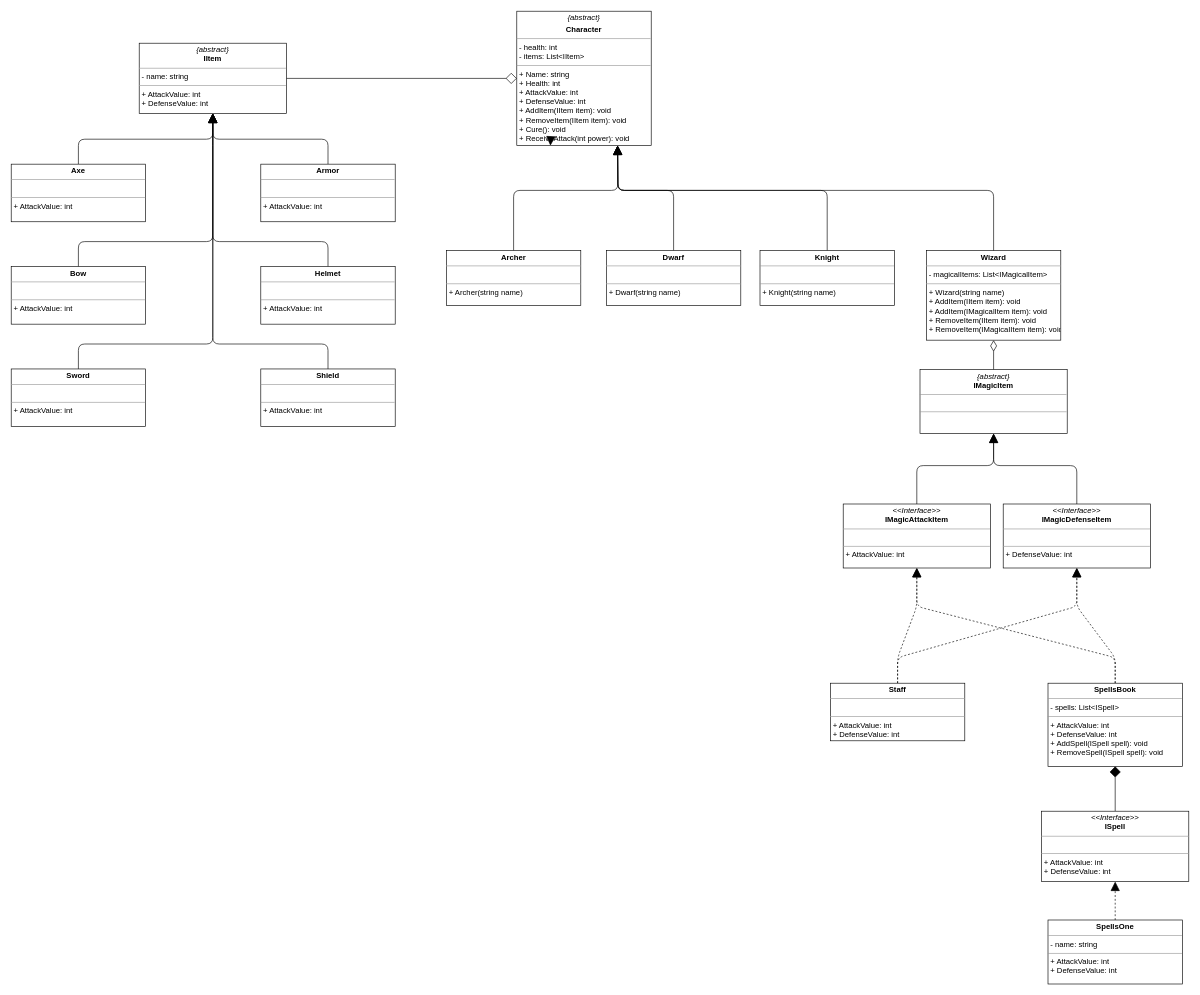
Earlier version of the draw.io diagram docs/Diagram_2022-05-15.drawio (cardo88/UCU_P2_RoleplayGame_3_Start). Source tidied: cells renumbered, new cells numbered last; positions are measured from the earlier drawing's top-left corner, leaving out a move shared by most shapes. Both pictures are drawn from the tidied source at 64%, with x=0, y=0 at pixel (11, 11).
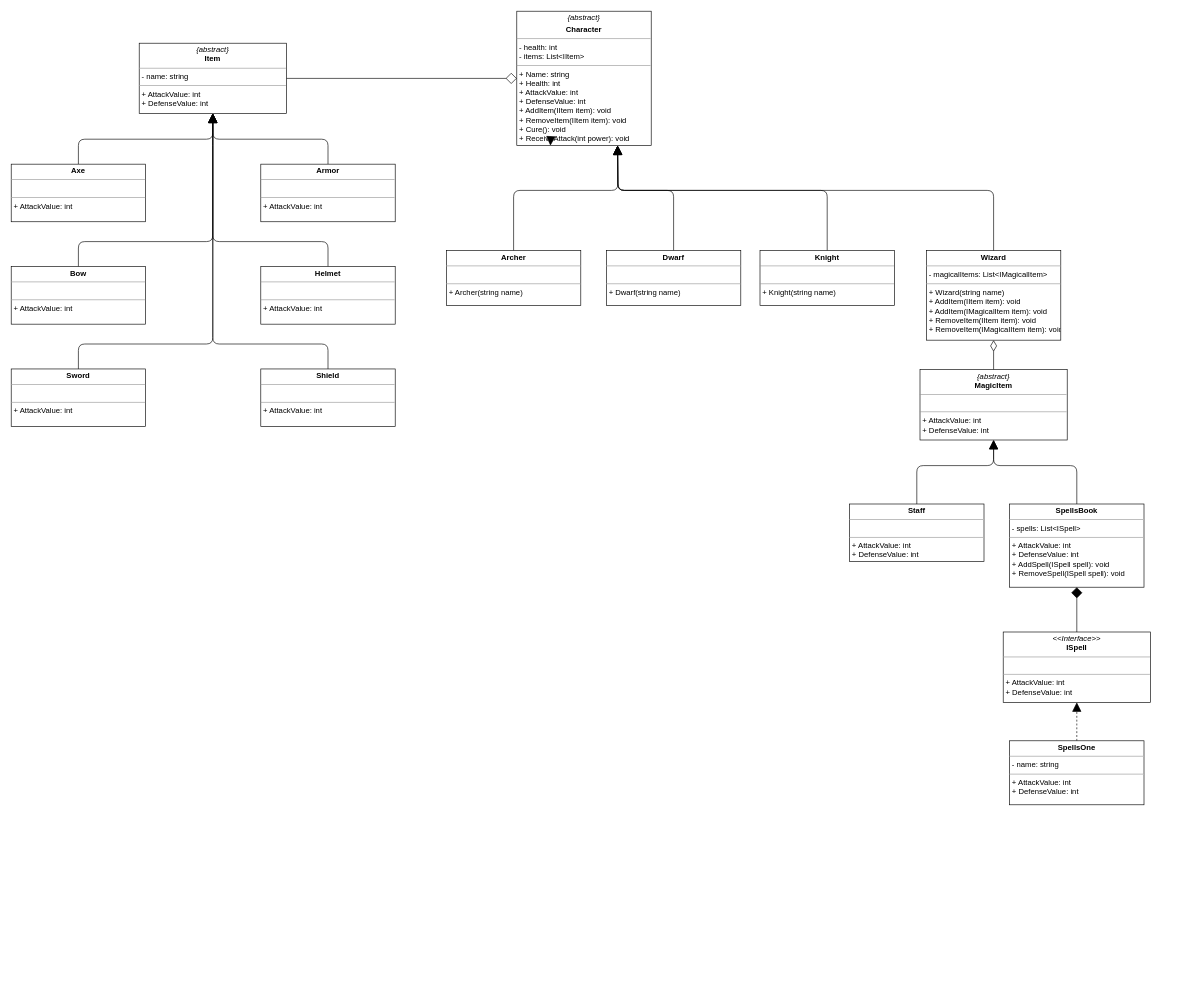
After the change.

Commit message (it also covers changes not shown here):
Diagram_2022-05-15 ready

What changed in the source:
```diff
@@
-    <mxCell id="11" value="&lt;p style=&quot;margin: 0px ; margin-top: 4px ; text-align: center&quot;&gt;&lt;i&gt;{abstract}&lt;/i&gt;&lt;br&gt;&lt;b&gt;IMagicItem&lt;/b&gt;&lt;/p&gt;&lt;hr size=&quot;1&quot;&gt;&lt;p style=&quot;margin: 0px ; margin-left: 4px&quot;&gt;&lt;br&gt;&lt;/p&gt;&lt;hr size=&quot;1&quot;&gt;&lt;p style=&quot;margin: 0px 0px 0px 4px&quot;&gt;&lt;br&gt;&lt;/p&gt;&lt;div&gt;&lt;br&gt;&lt;/div&gt;" style="verticalAlign=top;align=left;overflow=fill;fontSize=12;fontFamily=Helvetica;html=1;" parent="1" vertex="1">
-      <mxGeometry x="1420" y="560" width="230" height="100" as="geometry" />
+    <mxCell id="11" value="&lt;p style=&quot;margin: 0px ; margin-top: 4px ; text-align: center&quot;&gt;&lt;i&gt;{abstract}&lt;/i&gt;&lt;br&gt;&lt;b&gt;MagicItem&lt;/b&gt;&lt;/p&gt;&lt;hr size=&quot;1&quot;&gt;&lt;p style=&quot;margin: 0px ; margin-left: 4px&quot;&gt;&lt;br&gt;&lt;/p&gt;&lt;hr size=&quot;1&quot;&gt;&lt;p style=&quot;margin: 0px 0px 0px 4px&quot;&gt;+ AttackValue: int&lt;/p&gt;&lt;p style=&quot;margin: 0px 0px 0px 4px&quot;&gt;+ DefenseValue: int&lt;/p&gt;&lt;div&gt;&lt;br&gt;&lt;/div&gt;" style="verticalAlign=top;align=left;overflow=fill;fontSize=12;fontFamily=Helvetica;html=1;" parent="1" vertex="1">
+      <mxGeometry x="1420" y="560" width="230" height="110" as="geometry" />
     </mxCell>
-    <mxCell id="12" style="edgeStyle=none;html=1;exitX=0.5;exitY=0;exitDx=0;exitDy=0;entryX=0.5;entryY=1;entryDx=0;entryDy=0;endArrow=block;endFill=1;endSize=12;" parent="1" edge="1" source="30" target="11">
+    <mxCell id="12" style="edgeStyle=none;html=1;exitX=0.5;exitY=0;exitDx=0;exitDy=0;entryX=0.5;entryY=1;entryDx=0;entryDy=0;endArrow=block;endFill=1;endSize=12;" parent="1" edge="1" source="34" target="11">
       <mxGeometry relative="1" as="geometry">
         <Array as="points">
           <mxPoint x="1415" y="710" />
           <mxPoint x="1535" y="710" />
         </Array>
       </mxGeometry>
     </mxCell>
-    <mxCell id="13" style="edgeStyle=none;html=1;exitX=0.5;exitY=0;exitDx=0;exitDy=0;entryX=0.5;entryY=1;entryDx=0;entryDy=0;endArrow=block;endFill=1;endSize=12;" parent="1" edge="1" source="31" target="11">
+    <mxCell id="13" style="edgeStyle=none;html=1;exitX=0.5;exitY=0;exitDx=0;exitDy=0;entryX=0.5;entryY=1;entryDx=0;entryDy=0;endArrow=block;endFill=1;endSize=12;" parent="1" edge="1" source="37" target="11">
       <mxGeometry relative="1" as="geometry">
         <Array as="points">
           <mxPoint x="1665" y="710" />
           <mxPoint x="1535" y="710" />
         </Array>
       </mxGeometry>
     </mxCell>
@@
-    <mxCell id="15" value="&lt;p style=&quot;margin: 0px ; margin-top: 4px ; text-align: center&quot;&gt;&lt;i&gt;{abstract}&lt;/i&gt;&lt;br&gt;&lt;b&gt;IItem&lt;/b&gt;&lt;/p&gt;&lt;hr size=&quot;1&quot;&gt;&lt;p style=&quot;margin: 0px ; margin-left: 4px&quot;&gt;- name: string&lt;/p&gt;&lt;hr size=&quot;1&quot;&gt;&lt;p style=&quot;margin: 0px 0px 0px 4px&quot;&gt;+ AttackValue: int&lt;/p&gt;&lt;p style=&quot;margin: 0px 0px 0px 4px&quot;&gt;+ DefenseValue: int&lt;/p&gt;&lt;div&gt;&lt;br&gt;&lt;/div&gt;" style="verticalAlign=top;align=left;overflow=fill;fontSize=12;fontFamily=Helvetica;html=1;" parent="1" vertex="1">
+    <mxCell id="15" value="&lt;p style=&quot;margin: 0px ; margin-top: 4px ; text-align: center&quot;&gt;&lt;i&gt;{abstract}&lt;/i&gt;&lt;br&gt;&lt;b&gt;Item&lt;/b&gt;&lt;/p&gt;&lt;hr size=&quot;1&quot;&gt;&lt;p style=&quot;margin: 0px ; margin-left: 4px&quot;&gt;- name: string&lt;/p&gt;&lt;hr size=&quot;1&quot;&gt;&lt;p style=&quot;margin: 0px 0px 0px 4px&quot;&gt;+ AttackValue: int&lt;/p&gt;&lt;p style=&quot;margin: 0px 0px 0px 4px&quot;&gt;+ DefenseValue: int&lt;/p&gt;&lt;div&gt;&lt;br&gt;&lt;/div&gt;" style="verticalAlign=top;align=left;overflow=fill;fontSize=12;fontFamily=Helvetica;html=1;" parent="1" vertex="1">
       <mxGeometry x="200" y="50" width="230" height="110" as="geometry" />
     </mxCell>
@@
-    <mxCell id="30" value="&lt;p style=&quot;margin: 0px ; margin-top: 4px ; text-align: center&quot;&gt;&lt;i&gt;&amp;lt;&amp;lt;Interface&amp;gt;&amp;gt;&lt;/i&gt;&lt;br&gt;&lt;b&gt;IMagicAttackItem&lt;/b&gt;&lt;/p&gt;&lt;hr size=&quot;1&quot;&gt;&lt;p style=&quot;margin: 0px ; margin-left: 4px&quot;&gt;&lt;br&gt;&lt;/p&gt;&lt;hr size=&quot;1&quot;&gt;&lt;p style=&quot;margin: 0px 0px 0px 4px&quot;&gt;+ AttackValue: int&lt;/p&gt;&lt;div&gt;&lt;br&gt;&lt;/div&gt;" style="verticalAlign=top;align=left;overflow=fill;fontSize=12;fontFamily=Helvetica;html=1;" parent="1" vertex="1">
-      <mxGeometry x="1300" y="770" width="230" height="100" as="geometry" />
-    </mxCell>
-    <mxCell id="31" value="&lt;p style=&quot;margin: 0px ; margin-top: 4px ; text-align: center&quot;&gt;&lt;i&gt;&amp;lt;&amp;lt;Interface&amp;gt;&amp;gt;&lt;/i&gt;&lt;br&gt;&lt;b&gt;IMagicDefenseItem&lt;/b&gt;&lt;/p&gt;&lt;hr size=&quot;1&quot;&gt;&lt;p style=&quot;margin: 0px ; margin-left: 4px&quot;&gt;&lt;br&gt;&lt;/p&gt;&lt;hr size=&quot;1&quot;&gt;&lt;p style=&quot;margin: 0px 0px 0px 4px&quot;&gt;+ DefenseValue: int&lt;/p&gt;" style="verticalAlign=top;align=left;overflow=fill;fontSize=12;fontFamily=Helvetica;html=1;" parent="1" vertex="1">
-      <mxGeometry x="1550" y="770" width="230" height="100" as="geometry" />
-    </mxCell>
-    <mxCell id="32" style="edgeStyle=none;html=1;exitX=0.5;exitY=0;exitDx=0;exitDy=0;dashed=1;endArrow=block;endFill=1;endSize=12;strokeWidth=1;entryX=0.5;entryY=1;entryDx=0;entryDy=0;" parent="1" edge="1" source="34" target="30">
-      <mxGeometry relative="1" as="geometry">
-        <Array as="points">
-          <mxPoint x="1385" y="1010" />
-          <mxPoint x="1415" y="930" />
-        </Array>
-      </mxGeometry>
-    </mxCell>
-    <mxCell id="33" style="edgeStyle=none;html=1;exitX=0.5;exitY=0;exitDx=0;exitDy=0;entryX=0.5;entryY=1;entryDx=0;entryDy=0;dashed=1;endArrow=block;endFill=1;endSize=12;strokeWidth=1;" parent="1" edge="1" source="34" target="31">
-      <mxGeometry relative="1" as="geometry">
-        <Array as="points">
-          <mxPoint x="1385" y="1010" />
-          <mxPoint x="1665" y="930" />
-        </Array>
-      </mxGeometry>
-    </mxCell>
     <mxCell id="34" value="&lt;p style=&quot;margin: 0px ; margin-top: 4px ; text-align: center&quot;&gt;&lt;b&gt;Staff&lt;/b&gt;&lt;/p&gt;&lt;hr size=&quot;1&quot;&gt;&lt;p style=&quot;margin: 0px ; margin-left: 4px&quot;&gt;&lt;br&gt;&lt;/p&gt;&lt;hr size=&quot;1&quot;&gt;&lt;p style=&quot;margin: 0px 0px 0px 4px&quot;&gt;+ AttackValue: int&lt;/p&gt;&lt;p style=&quot;margin: 0px 0px 0px 4px&quot;&gt;+ DefenseValue: int&lt;/p&gt;&lt;div&gt;&lt;br&gt;&lt;/div&gt;" style="verticalAlign=top;align=left;overflow=fill;fontSize=12;fontFamily=Helvetica;html=1;" parent="1" vertex="1">
-      <mxGeometry x="1280" y="1050" width="210" height="90" as="geometry" />
+      <mxGeometry x="1310" y="770" width="210" height="90" as="geometry" />
     </mxCell>
-    <mxCell id="35" style="edgeStyle=none;html=1;exitX=0.5;exitY=0;exitDx=0;exitDy=0;entryX=0.5;entryY=1;entryDx=0;entryDy=0;dashed=1;endArrow=block;endFill=1;endSize=12;strokeWidth=1;" parent="1" edge="1" source="37" target="31">
-      <mxGeometry relative="1" as="geometry">
-        <Array as="points">
-          <mxPoint x="1725" y="1010" />
-          <mxPoint x="1665" y="930" />
-        </Array>
-      </mxGeometry>
-    </mxCell>
-    <mxCell id="36" style="edgeStyle=none;html=1;exitX=0.5;exitY=0;exitDx=0;exitDy=0;entryX=0.5;entryY=1;entryDx=0;entryDy=0;dashed=1;endArrow=block;endFill=1;endSize=12;strokeWidth=1;" parent="1" edge="1" source="37" target="30">
-      <mxGeometry relative="1" as="geometry">
-        <Array as="points">
-          <mxPoint x="1725" y="1010" />
-          <mxPoint x="1415" y="930" />
-        </Array>
-      </mxGeometry>
-    </mxCell>
     <mxCell id="37" value="&lt;p style=&quot;margin: 0px ; margin-top: 4px ; text-align: center&quot;&gt;&lt;b&gt;SpellsBook&lt;/b&gt;&lt;/p&gt;&lt;hr size=&quot;1&quot;&gt;&lt;p style=&quot;margin: 0px ; margin-left: 4px&quot;&gt;- spells: List&amp;lt;ISpell&amp;gt;&lt;/p&gt;&lt;hr size=&quot;1&quot;&gt;&lt;p style=&quot;margin: 0px 0px 0px 4px&quot;&gt;+ AttackValue: int&lt;/p&gt;&lt;p style=&quot;margin: 0px 0px 0px 4px&quot;&gt;+ DefenseValue: int&lt;/p&gt;&lt;p style=&quot;margin: 0px 0px 0px 4px&quot;&gt;+ AddSpell(ISpell spell): void&lt;/p&gt;&lt;p style=&quot;margin: 0px 0px 0px 4px&quot;&gt;+ RemoveSpell(ISpell spell): void&lt;/p&gt;&lt;div&gt;&lt;br&gt;&lt;/div&gt;" style="verticalAlign=top;align=left;overflow=fill;fontSize=12;fontFamily=Helvetica;html=1;" parent="1" vertex="1">
-      <mxGeometry x="1620" y="1050" width="210" height="130" as="geometry" />
+      <mxGeometry x="1560" y="770" width="210" height="130" as="geometry" />
     </mxCell>
@@
     <mxCell id="39" value="&lt;p style=&quot;margin: 0px ; margin-top: 4px ; text-align: center&quot;&gt;&lt;i&gt;&amp;lt;&amp;lt;Interface&amp;gt;&amp;gt;&lt;/i&gt;&lt;br&gt;&lt;b&gt;ISpell&lt;/b&gt;&lt;/p&gt;&lt;hr size=&quot;1&quot;&gt;&lt;p style=&quot;margin: 0px ; margin-left: 4px&quot;&gt;&lt;br&gt;&lt;/p&gt;&lt;hr size=&quot;1&quot;&gt;&lt;p style=&quot;margin: 0px 0px 0px 4px&quot;&gt;+ AttackValue: int&lt;/p&gt;&lt;p style=&quot;margin: 0px 0px 0px 4px&quot;&gt;+ DefenseValue: int&lt;/p&gt;" style="verticalAlign=top;align=left;overflow=fill;fontSize=12;fontFamily=Helvetica;html=1;" parent="1" vertex="1">
-      <mxGeometry x="1610" y="1250" width="230" height="110" as="geometry" />
+      <mxGeometry x="1550" y="970" width="230" height="110" as="geometry" />
     </mxCell>
@@
     <mxCell id="41" value="&lt;p style=&quot;margin: 0px ; margin-top: 4px ; text-align: center&quot;&gt;&lt;b&gt;SpellsOne&lt;/b&gt;&lt;/p&gt;&lt;hr size=&quot;1&quot;&gt;&lt;p style=&quot;margin: 0px ; margin-left: 4px&quot;&gt;- name: string&lt;/p&gt;&lt;hr size=&quot;1&quot;&gt;&lt;p style=&quot;margin: 0px 0px 0px 4px&quot;&gt;+ AttackValue: int&lt;/p&gt;&lt;p style=&quot;margin: 0px 0px 0px 4px&quot;&gt;+ DefenseValue: int&lt;/p&gt;&lt;div&gt;&lt;br&gt;&lt;/div&gt;" style="verticalAlign=top;align=left;overflow=fill;fontSize=12;fontFamily=Helvetica;html=1;" parent="1" vertex="1">
-      <mxGeometry x="1620" y="1420" width="210" height="100" as="geometry" />
+      <mxGeometry x="1560" y="1140" width="210" height="100" as="geometry" />
     </mxCell>
```
